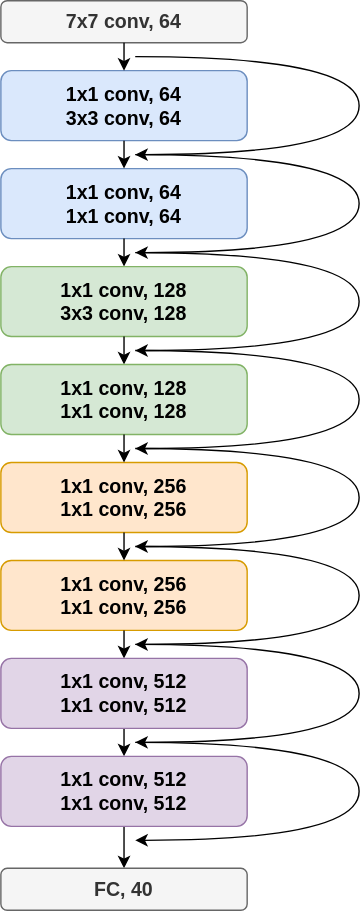
LeanderHeuvel/mbag-REDI keeps this draw.io diagram as documents/svg/BagNet9_18.svg. Above is the earlier version. Source tidied: cells renumbered, new cells last; positions are measured from the earlier drawing's top-left corner, leaving out a move shared by most shapes. Source of this version:
```xml
<mxGraphModel>
  <root>
    <mxCell id="0" />
    <mxCell id="1" parent="0" />
    <mxCell id="2" value="&lt;b style=&quot;font-size: 14px;&quot;&gt;1x1 conv, 256&lt;br&gt;&lt;/b&gt;&lt;b style=&quot;font-size: 14px;&quot;&gt;1x1 conv, 256&lt;/b&gt;&lt;b style=&quot;font-size: 14px;&quot;&gt;&lt;br&gt;&lt;/b&gt;" style="whiteSpace=wrap;html=1;fillColor=#ffe6cc;strokeColor=#d79b00;imageAspect=1;rounded=1;" parent="1" vertex="1">
      <mxGeometry y="330" width="176" height="50" as="geometry" />
    </mxCell>
    <mxCell id="3" value="&lt;font style=&quot;font-size: 14px;&quot;&gt;&lt;b&gt;1x1 conv, 64&lt;br&gt;&lt;/b&gt;&lt;b&gt;3x3 conv, 64&lt;br&gt;&lt;/b&gt;&lt;/font&gt;" style="whiteSpace=wrap;html=1;fillColor=#dae8fc;strokeColor=#6c8ebf;imageAspect=1;rounded=1;" parent="1" vertex="1">
      <mxGeometry y="50" width="176" height="50" as="geometry" />
    </mxCell>
    <mxCell id="4" value="&lt;b&gt;&lt;font style=&quot;font-size: 14px;&quot;&gt;7x7 conv, 64&lt;/font&gt;&lt;/b&gt;" style="whiteSpace=wrap;html=1;fillColor=#f5f5f5;strokeColor=#666666;imageAspect=1;rounded=1;fontColor=#333333;" parent="1" vertex="1">
      <mxGeometry width="176" height="30" as="geometry" />
    </mxCell>
    <mxCell id="5" style="endArrow=classic;html=1;rounded=0;fontSize=14;exitX=0.5;exitY=1;exitDx=0;exitDy=0;" parent="1" edge="1" source="24">
      <mxGeometry relative="1" as="geometry">
        <mxPoint x="88" y="540" as="targetPoint" />
      </mxGeometry>
    </mxCell>
    <mxCell id="6" style="endArrow=classic;html=1;rounded=0;fontSize=14;" parent="1" edge="1" source="27">
      <mxGeometry relative="1" as="geometry">
        <mxPoint x="88" y="620" as="targetPoint" />
      </mxGeometry>
    </mxCell>
    <mxCell id="7" value="&lt;b&gt;&lt;font style=&quot;font-size: 14px;&quot;&gt;FC, 40&lt;/font&gt;&lt;/b&gt;" style="whiteSpace=wrap;html=1;fillColor=#f5f5f5;strokeColor=#666666;imageAspect=1;rounded=1;fontColor=#333333;" parent="1" vertex="1">
      <mxGeometry y="620" width="176" height="30" as="geometry" />
    </mxCell>
    <mxCell id="8" style="curved=1;endArrow=classic;html=1;rounded=0;fontSize=14;" parent="1" edge="1">
      <mxGeometry relative="1" as="geometry">
        <mxPoint x="96" y="40" as="sourcePoint" />
        <mxPoint x="96" y="110" as="targetPoint" />
        <Array as="points">
          <mxPoint x="256" y="40" />
          <mxPoint x="256" y="110" />
        </Array>
      </mxGeometry>
    </mxCell>
    <mxCell id="9" value="&lt;font style=&quot;font-size: 14px;&quot;&gt;&lt;b&gt;1x1 conv, 64&lt;br&gt;&lt;/b&gt;&lt;b&gt;1x1 conv, 64&lt;br&gt;&lt;/b&gt;&lt;/font&gt;" style="whiteSpace=wrap;html=1;fillColor=#dae8fc;strokeColor=#6c8ebf;imageAspect=1;rounded=1;" parent="1" vertex="1">
      <mxGeometry y="120" width="176" height="50" as="geometry" />
    </mxCell>
    <mxCell id="10" style="endArrow=classic;html=1;rounded=0;fontSize=14;exitX=0.5;exitY=1;exitDx=0;exitDy=0;" parent="1" edge="1" source="4" target="3">
      <mxGeometry relative="1" as="geometry" />
    </mxCell>
    <mxCell id="11" style="endArrow=classic;html=1;rounded=0;fontSize=14;exitX=0.5;exitY=1;exitDx=0;exitDy=0;entryX=0.5;entryY=0;entryDx=0;entryDy=0;" parent="1" edge="1" source="3" target="9">
      <mxGeometry relative="1" as="geometry" />
    </mxCell>
    <mxCell id="12" style="endArrow=classic;html=1;rounded=0;fontSize=14;exitX=0.5;exitY=1;exitDx=0;exitDy=0;" parent="1" edge="1" source="9">
      <mxGeometry relative="1" as="geometry">
        <mxPoint x="88" y="190" as="targetPoint" />
      </mxGeometry>
    </mxCell>
    <mxCell id="13" value="&lt;b style=&quot;font-size: 14px;&quot;&gt;1x1 conv, 128&lt;br&gt;&lt;/b&gt;&lt;b style=&quot;font-size: 14px;&quot;&gt;3x3 conv, 128&lt;/b&gt;&lt;b style=&quot;font-size: 14px;&quot;&gt;&lt;br&gt;&lt;/b&gt;" style="whiteSpace=wrap;html=1;fillColor=#d5e8d4;strokeColor=#82b366;imageAspect=1;rounded=1;" parent="1" vertex="1">
      <mxGeometry y="190" width="176" height="50" as="geometry" />
    </mxCell>
    <mxCell id="14" style="endArrow=classic;html=1;rounded=0;fontSize=14;exitX=0.5;exitY=1;exitDx=0;exitDy=0;entryX=0.5;entryY=0;entryDx=0;entryDy=0;" parent="1" edge="1" source="13" target="15">
      <mxGeometry relative="1" as="geometry" />
    </mxCell>
    <mxCell id="15" value="&lt;b style=&quot;font-size: 14px;&quot;&gt;1x1 conv, 128&lt;br&gt;&lt;/b&gt;&lt;b style=&quot;font-size: 14px;&quot;&gt;1x1 conv, 128&lt;/b&gt;&lt;b style=&quot;font-size: 14px;&quot;&gt;&lt;br&gt;&lt;/b&gt;" style="whiteSpace=wrap;html=1;fillColor=#d5e8d4;strokeColor=#82b366;imageAspect=1;rounded=1;" parent="1" vertex="1">
      <mxGeometry y="260" width="176" height="50" as="geometry" />
    </mxCell>
    <mxCell id="16" style="curved=1;endArrow=classic;html=1;rounded=0;fontSize=14;" parent="1" edge="1">
      <mxGeometry relative="1" as="geometry">
        <mxPoint x="96" y="110" as="sourcePoint" />
        <mxPoint x="96" y="180" as="targetPoint" />
        <Array as="points">
          <mxPoint x="256" y="110" />
          <mxPoint x="256" y="180" />
        </Array>
      </mxGeometry>
    </mxCell>
    <mxCell id="17" style="curved=1;endArrow=classic;html=1;rounded=0;fontSize=14;" parent="1" edge="1">
      <mxGeometry relative="1" as="geometry">
        <mxPoint x="96" y="180" as="sourcePoint" />
        <mxPoint x="96" y="250" as="targetPoint" />
        <Array as="points">
          <mxPoint x="256" y="180" />
          <mxPoint x="256" y="250" />
        </Array>
      </mxGeometry>
    </mxCell>
    <mxCell id="18" style="curved=1;endArrow=classic;html=1;rounded=0;fontSize=14;" parent="1" edge="1">
      <mxGeometry relative="1" as="geometry">
        <mxPoint x="96" y="250" as="sourcePoint" />
        <mxPoint x="96" y="320" as="targetPoint" />
        <Array as="points">
          <mxPoint x="256" y="250" />
          <mxPoint x="256" y="320" />
        </Array>
      </mxGeometry>
    </mxCell>
    <mxCell id="19" style="endArrow=classic;html=1;rounded=0;fontSize=14;entryX=0.5;entryY=0;entryDx=0;entryDy=0;" parent="1" edge="1">
      <mxGeometry relative="1" as="geometry">
        <mxPoint x="88" y="310" as="sourcePoint" />
        <mxPoint x="88" y="330" as="targetPoint" />
      </mxGeometry>
    </mxCell>
    <mxCell id="20" style="curved=1;endArrow=classic;html=1;rounded=0;fontSize=14;" parent="1" edge="1">
      <mxGeometry relative="1" as="geometry">
        <mxPoint x="96" y="320" as="sourcePoint" />
        <mxPoint x="96" y="390" as="targetPoint" />
        <Array as="points">
          <mxPoint x="256" y="320" />
          <mxPoint x="256" y="390" />
        </Array>
      </mxGeometry>
    </mxCell>
    <mxCell id="21" value="&lt;b style=&quot;font-size: 14px;&quot;&gt;1x1 conv, 256&lt;br&gt;&lt;/b&gt;&lt;b style=&quot;font-size: 14px;&quot;&gt;1x1 conv, 256&lt;/b&gt;&lt;b style=&quot;font-size: 14px;&quot;&gt;&lt;br&gt;&lt;/b&gt;" style="whiteSpace=wrap;html=1;fillColor=#ffe6cc;strokeColor=#d79b00;imageAspect=1;rounded=1;" parent="1" vertex="1">
      <mxGeometry y="400" width="176" height="50" as="geometry" />
    </mxCell>
    <mxCell id="22" style="endArrow=classic;html=1;rounded=0;fontSize=14;entryX=0.5;entryY=0;entryDx=0;entryDy=0;exitX=0.5;exitY=1;exitDx=0;exitDy=0;" parent="1" edge="1" target="21">
      <mxGeometry relative="1" as="geometry">
        <mxPoint x="88" y="380" as="sourcePoint" />
      </mxGeometry>
    </mxCell>
    <mxCell id="23" style="endArrow=classic;html=1;rounded=0;fontSize=14;exitX=0.5;exitY=1;exitDx=0;exitDy=0;entryX=0.5;entryY=0;entryDx=0;entryDy=0;" parent="1" edge="1" source="21" target="24">
      <mxGeometry relative="1" as="geometry" />
    </mxCell>
    <mxCell id="24" value="&lt;b style=&quot;font-size: 14px;&quot;&gt;1x1 conv, 512&lt;br&gt;&lt;/b&gt;&lt;b style=&quot;font-size: 14px;&quot;&gt;1x1 conv, 512&lt;/b&gt;&lt;b style=&quot;font-size: 14px;&quot;&gt;&lt;br&gt;&lt;/b&gt;" style="whiteSpace=wrap;html=1;fillColor=#e1d5e7;strokeColor=#9673a6;imageAspect=1;rounded=1;" parent="1" vertex="1">
      <mxGeometry y="470" width="176" height="50" as="geometry" />
    </mxCell>
    <mxCell id="25" style="curved=1;endArrow=classic;html=1;rounded=0;fontSize=14;" parent="1" edge="1">
      <mxGeometry relative="1" as="geometry">
        <mxPoint x="96" y="390" as="sourcePoint" />
        <mxPoint x="96" y="460" as="targetPoint" />
        <Array as="points">
          <mxPoint x="256" y="390" />
          <mxPoint x="256" y="460" />
        </Array>
      </mxGeometry>
    </mxCell>
    <mxCell id="26" style="curved=1;endArrow=classic;html=1;rounded=0;fontSize=14;" parent="1" edge="1">
      <mxGeometry relative="1" as="geometry">
        <mxPoint x="96" y="460" as="sourcePoint" />
        <mxPoint x="96" y="530" as="targetPoint" />
        <Array as="points">
          <mxPoint x="256" y="460" />
          <mxPoint x="256" y="530" />
        </Array>
      </mxGeometry>
    </mxCell>
    <mxCell id="27" value="&lt;b style=&quot;font-size: 14px;&quot;&gt;1x1 conv, 512&lt;br&gt;&lt;/b&gt;&lt;b style=&quot;font-size: 14px;&quot;&gt;1x1 conv, 512&lt;/b&gt;&lt;b style=&quot;font-size: 14px;&quot;&gt;&lt;br&gt;&lt;/b&gt;" style="whiteSpace=wrap;html=1;fillColor=#e1d5e7;strokeColor=#9673a6;imageAspect=1;rounded=1;" parent="1" vertex="1">
      <mxGeometry y="540" width="176" height="50" as="geometry" />
    </mxCell>
    <mxCell id="28" style="curved=1;endArrow=classic;html=1;rounded=0;fontSize=14;" parent="1" edge="1">
      <mxGeometry relative="1" as="geometry">
        <mxPoint x="96" y="530" as="sourcePoint" />
        <mxPoint x="96" y="600" as="targetPoint" />
        <Array as="points">
          <mxPoint x="256" y="530" />
          <mxPoint x="256" y="600" />
        </Array>
      </mxGeometry>
    </mxCell>
  </root>
</mxGraphModel>
```
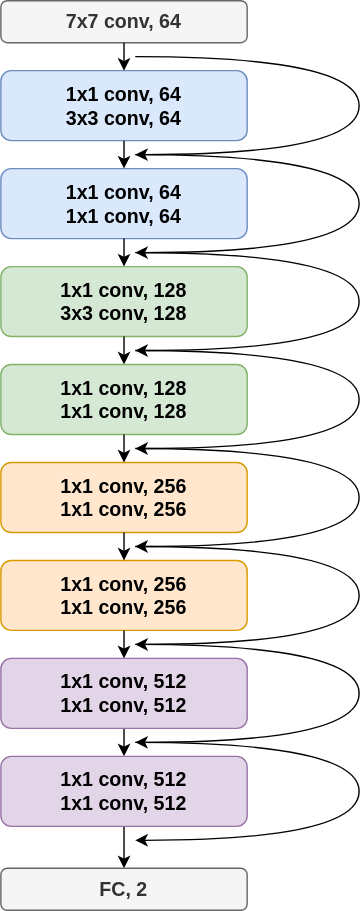
The same file after the commit.

What changed in the source:
```diff
@@ -21,7 +21,7 @@
         <mxPoint x="88" y="620" as="targetPoint" />
       </mxGeometry>
     </mxCell>
-    <mxCell id="7" value="&lt;b&gt;&lt;font style=&quot;font-size: 14px;&quot;&gt;FC, 40&lt;/font&gt;&lt;/b&gt;" style="whiteSpace=wrap;html=1;fillColor=#f5f5f5;strokeColor=#666666;imageAspect=1;rounded=1;fontColor=#333333;" parent="1" vertex="1">
+    <mxCell id="7" value="&lt;b&gt;&lt;font style=&quot;font-size: 14px&quot;&gt;FC, 2&lt;/font&gt;&lt;/b&gt;" style="whiteSpace=wrap;html=1;fillColor=#f5f5f5;strokeColor=#666666;imageAspect=1;rounded=1;fontColor=#333333;" parent="1" vertex="1">
       <mxGeometry y="620" width="176" height="30" as="geometry" />
     </mxCell>
     <mxCell id="8" style="curved=1;endArrow=classic;html=1;rounded=0;fontSize=14;" parent="1" edge="1">
```
